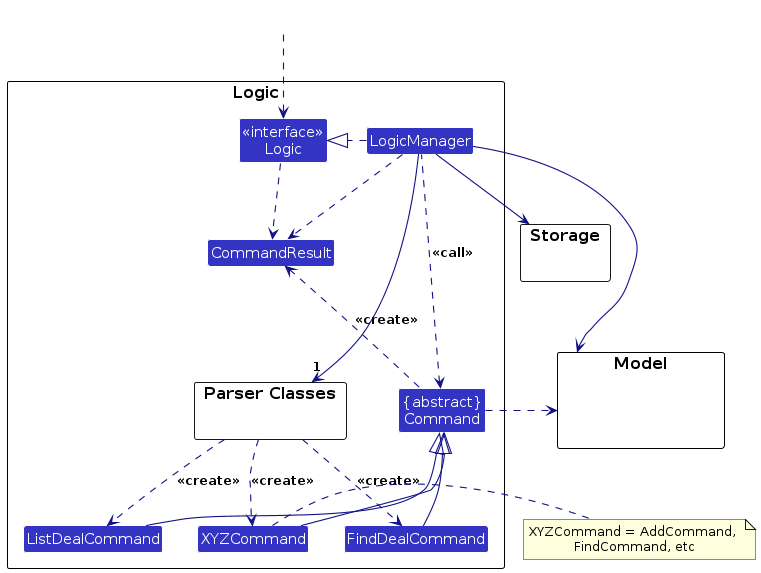
Earlier version of the PlantUML export diagrams/LogicClassDiagram.png (kumar2215/tp). Its source is kept beside it as diagrams/LogicClassDiagram.puml.
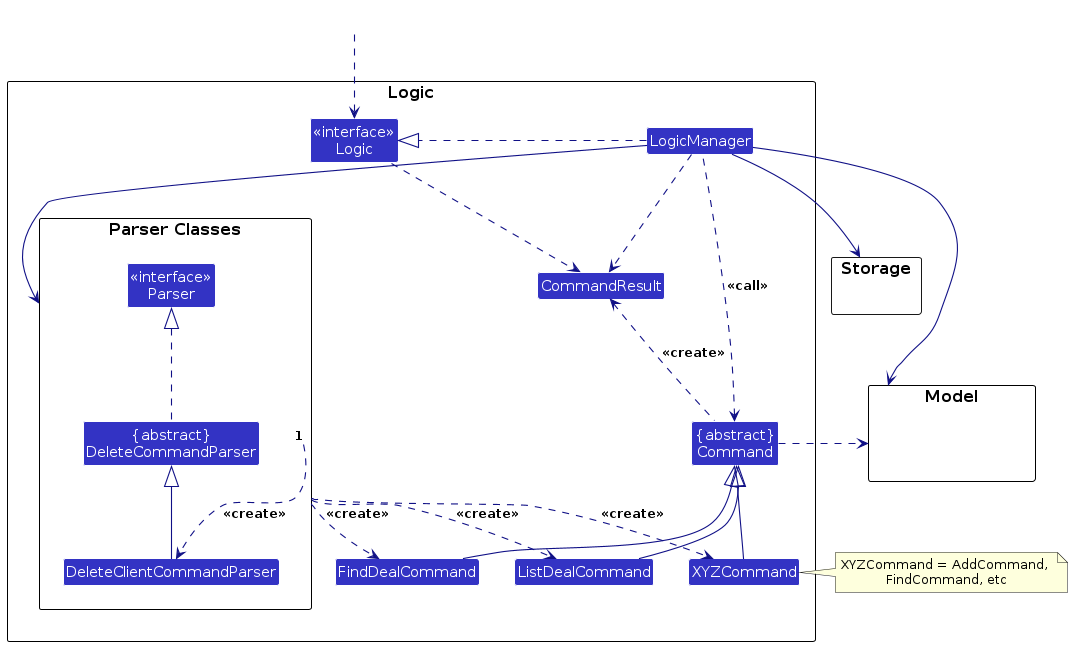
After the commit.

Diff of the diagram source:
```diff
@@ -6,14 +6,17 @@
 
 package Logic as LogicPackage {
 
-package "Parser Classes" as ParserClasses{
+package "Parser Classes" as ParserClasses {
+    Class "<<interface>>\nParser" as Parser
+    Class "{abstract}\nDeleteCommandParser" as DeleteCommandParser
+    Class DeleteClientCommandParser
 }
+
 Class XYZCommand
 Class FindDealCommand
 Class ListDealCommand
 Class CommandResult
 Class "{abstract}\nCommand" as Command
-
 
 Class "<<interface>>\nLogic" as Logic
 Class LogicManager
@@ -34,6 +37,7 @@
 ParserClasses ..> XYZCommand : <<create>>
 ParserClasses ..> FindDealCommand : <<create>>
 ParserClasses ..> ListDealCommand : <<create>>
+ParserClasses ..> DeleteClientCommandParser : <<create>>
 
 XYZCommand -up-|> Command
 FindDealCommand -up-|> Command
@@ -50,4 +54,8 @@
 Logic ..> CommandResult
 LogicManager .down.> CommandResult
 Command .up.> CommandResult : <<create>>
+
+DeleteClientCommandParser -up-|> DeleteCommandParser
+DeleteCommandParser .up.|> Parser
+
 @enduml
```
